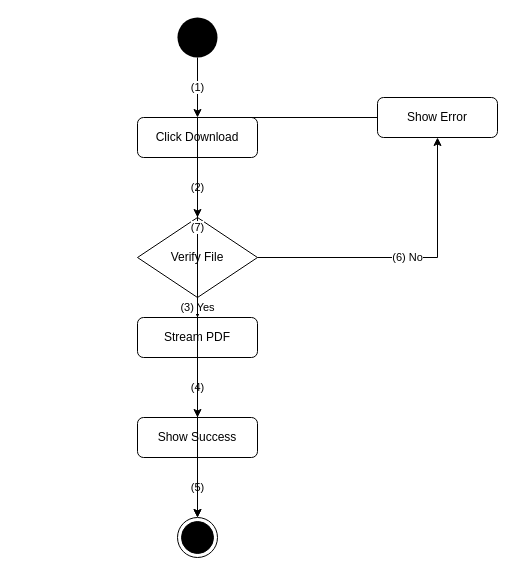
This is activity_flow/uc40_activity_flow.drawio from kingDlight/UEIMS_Project, a draw.io file, before an edit. Source tidied: cells renumbered, new cells numbered last; positions are measured from the earlier drawing's top-left corner, leaving out a move shared by most shapes. Both pictures are drawn from the tidied source at 100%, with x=0, y=0 at pixel (137, 17).
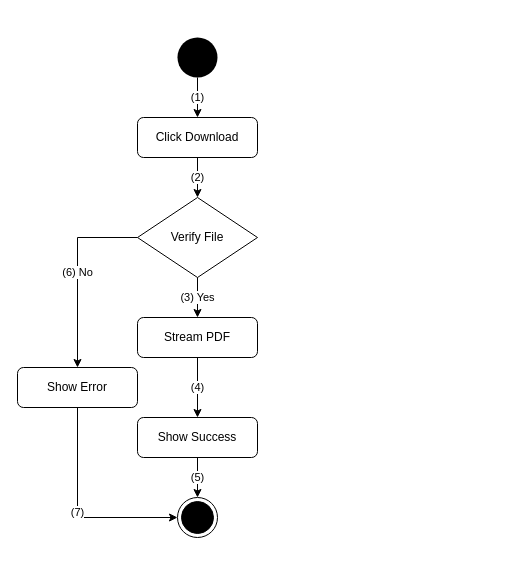
Above is the later version.

Diff of the diagram source:
```diff
@@
 <mxGraphModel>
   <root>
     <mxCell id="0" />
     <mxCell id="1" parent="0" />
     <mxCell id="2" style="ellipse;whiteSpace=wrap;html=1;fillColor=#000000;strokeColor=none;" parent="1" vertex="1">
-      <mxGeometry x="40" width="40" height="40" as="geometry" />
+      <mxGeometry x="40" y="20" width="40" height="40" as="geometry" />
     </mxCell>
     <mxCell id="3" value="Click Download" style="rounded=1;whiteSpace=wrap;html=1;" parent="1" vertex="1">
       <mxGeometry y="100" width="120" height="40" as="geometry" />
     </mxCell>
     <mxCell id="4" value="Verify File" style="rhombus;whiteSpace=wrap;html=1;" parent="1" vertex="1">
-      <mxGeometry y="200" width="120" height="80" as="geometry" />
+      <mxGeometry y="180" width="120" height="80" as="geometry" />
     </mxCell>
     <mxCell id="5" value="Stream PDF" style="rounded=1;whiteSpace=wrap;html=1;" parent="1" vertex="1">
       <mxGeometry y="300" width="120" height="40" as="geometry" />
     </mxCell>
     <mxCell id="6" value="Show Success" style="rounded=1;whiteSpace=wrap;html=1;" parent="1" vertex="1">
       <mxGeometry y="400" width="120" height="40" as="geometry" />
     </mxCell>
     <mxCell id="7" style="ellipse;html=1;shape=endState;fillColor=#000000;strokeColor=#000000;" parent="1" vertex="1">
-      <mxGeometry x="40" y="500" width="40" height="40" as="geometry" />
+      <mxGeometry x="40" y="480" width="40" height="40" as="geometry" />
     </mxCell>
     <mxCell id="8" value="Show Error" style="rounded=1;whiteSpace=wrap;html=1;" parent="1" vertex="1">
-      <mxGeometry x="240" y="80" width="120" height="40" as="geometry" />
+      <mxGeometry x="-120" y="350" width="120" height="40" as="geometry" />
     </mxCell>
     <mxCell id="9" value="(1)" style="edgeStyle=orthogonalEdgeStyle;rounded=0;html=1;exitX=0.5;exitY=1;entryX=0.5;entryY=0;" parent="1" edge="1" source="2" target="3">
       <mxGeometry relative="1" as="geometry" />
     </mxCell>
     <mxCell id="10" value="(2)" style="edgeStyle=orthogonalEdgeStyle;rounded=0;html=1;exitX=0.5;exitY=1;entryX=0.5;entryY=0;" parent="1" edge="1" source="3" target="4">
       <mxGeometry relative="1" as="geometry" />
     </mxCell>
     <mxCell id="11" value="(3) Yes" style="edgeStyle=orthogonalEdgeStyle;rounded=0;html=1;exitX=0.5;exitY=1;entryX=0.5;entryY=0;" parent="1" edge="1" source="4" target="5">
       <mxGeometry relative="1" as="geometry" />
     </mxCell>
     <mxCell id="12" value="(4)" style="edgeStyle=orthogonalEdgeStyle;rounded=0;html=1;exitX=0.5;exitY=1;entryX=0.5;entryY=0;" parent="1" edge="1" source="5" target="6">
       <mxGeometry relative="1" as="geometry" />
     </mxCell>
     <mxCell id="13" value="(5)" style="edgeStyle=orthogonalEdgeStyle;rounded=0;html=1;exitX=0.5;exitY=1;entryX=0.5;entryY=0;" parent="1" edge="1" source="6" target="7">
       <mxGeometry relative="1" as="geometry" />
     </mxCell>
-    <mxCell id="14" value="(6) No" style="edgeStyle=orthogonalEdgeStyle;rounded=0;html=1;exitX=1;exitY=0.5;entryX=0.5;entryY=1;" parent="1" edge="1" source="4" target="8">
+    <mxCell id="14" value="(6) No" style="edgeStyle=orthogonalEdgeStyle;rounded=0;html=1;exitX=0;exitY=0.5;entryX=0.5;entryY=0;exitDx=0;exitDy=0;entryDx=0;entryDy=0;" parent="1" edge="1" source="4" target="8">
       <mxGeometry relative="1" as="geometry" />
     </mxCell>
-    <mxCell id="15" value="(7)" style="edgeStyle=orthogonalEdgeStyle;rounded=0;html=1;exitX=0;exitY=0.5;entryX=0.5;entryY=0;" parent="1" edge="1" source="8" target="7">
+    <mxCell id="15" value="(7)" style="edgeStyle=orthogonalEdgeStyle;rounded=0;html=1;exitX=0.5;exitY=1;entryX=0;entryY=0.5;exitDx=0;exitDy=0;entryDx=0;entryDy=0;" parent="1" edge="1" source="8" target="7">
       <mxGeometry relative="1" as="geometry" />
     </mxCell>
   </root>
 </mxGraphModel>
```
